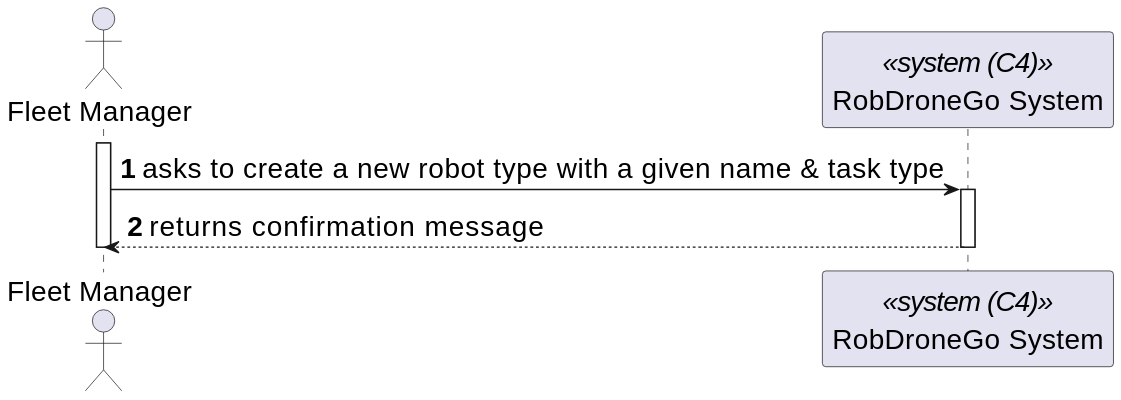
Before: _wiki/sprint-a/us19-360/views/level-1/assets/process-view.svg, a diagram exported from PlantUML (miseEnPlace-dev/lapr5).
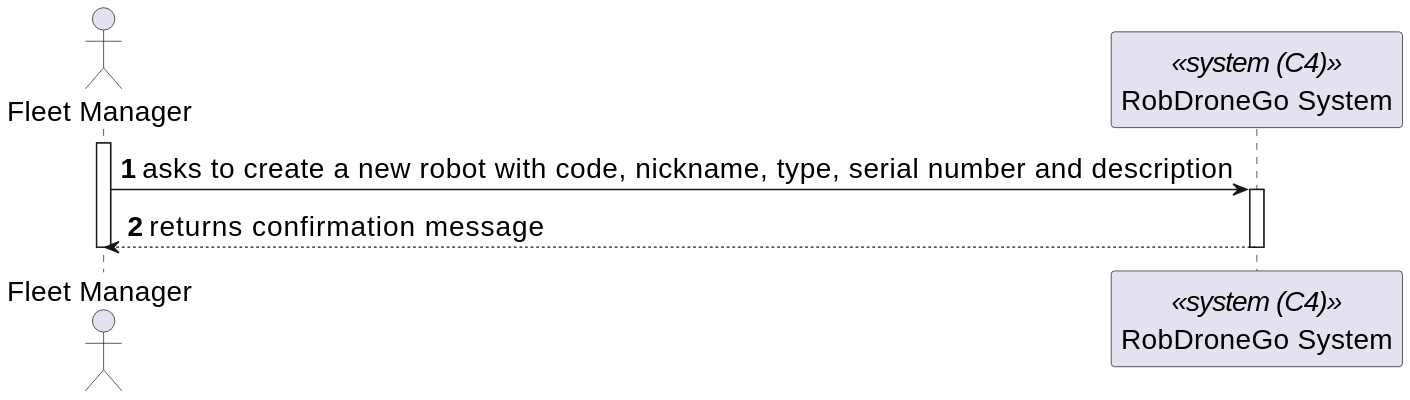
The same file after the commit.

Diff of the diagram source:
```diff
@@ -7,7 +7,7 @@
 
 activate FM
 
-FM -> SYS : asks to create a new robot type with a given name & task type
+FM -> SYS : asks to create a new robot with code, nickname, type, serial number and description
 activate SYS
 
 FM <-- SYS : returns confirmation message
```
